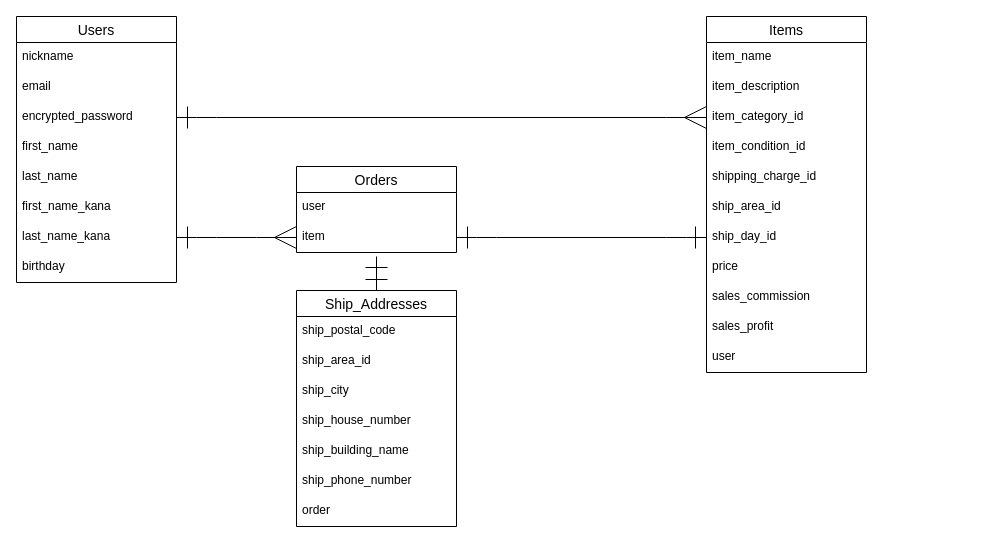
This is er.dio from chie-python/furima-38879, a draw.io file, before an edit. Source tidied: cells renumbered, new cells numbered last; positions are measured from the earlier drawing's top-left corner, leaving out a move shared by most shapes. Both pictures are drawn from the tidied source at 100%, with x=0, y=0 at pixel (16, 16).
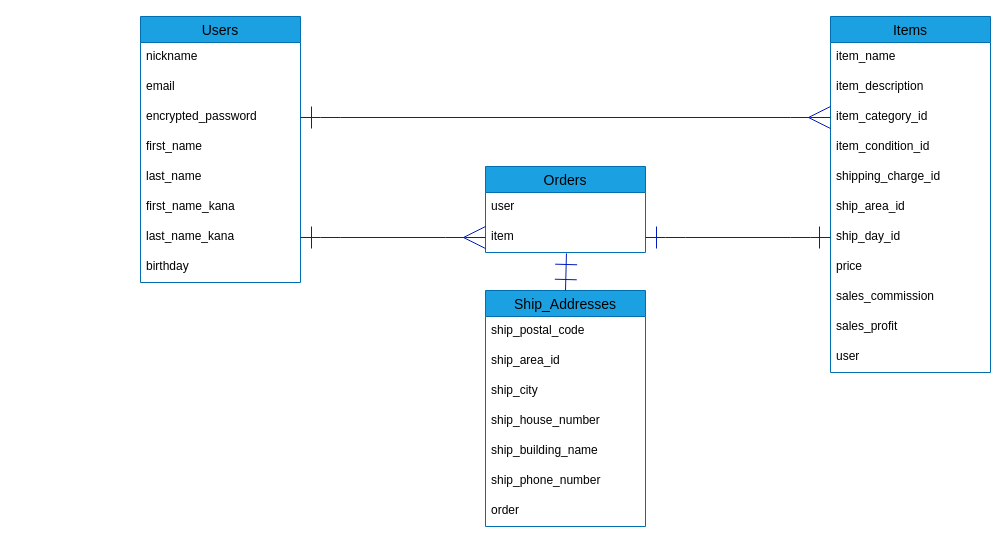
After the change.

What changed in the source:
```diff
@@
-<mxGraphModel>
+<mxGraphModel background="#ffffff">
@@
-    <mxCell id="2" value="Users" style="swimlane;fontStyle=0;horizontal=1;startSize=26;align=center;fontSize=14;" parent="1" vertex="1">
-      <mxGeometry width="160" height="266" as="geometry" />
+    <mxCell id="2" value="Users" style="swimlane;fontStyle=0;horizontal=1;startSize=26;align=center;fontSize=14;fillColor=#1ba1e2;fontColor=#000000;strokeColor=#006EAF;" parent="1" vertex="1">
+      <mxGeometry x="124" width="160" height="266" as="geometry" />
     </mxCell>
-    <mxCell id="3" value="nickname" style="text;strokeColor=none;fillColor=none;spacingLeft=4;spacingRight=4;overflow=hidden;fontSize=12;" parent="2" vertex="1">
+    <mxCell id="3" value="nickname" style="text;strokeColor=none;fillColor=none;spacingLeft=4;spacingRight=4;overflow=hidden;fontSize=12;fontColor=#000000;" parent="2" vertex="1">
       <mxGeometry y="26" width="160" height="30" as="geometry" />
     </mxCell>
-    <mxCell id="4" value="email" style="text;strokeColor=none;fillColor=none;spacingLeft=4;spacingRight=4;overflow=hidden;fontSize=12;" parent="2" vertex="1">
+    <mxCell id="4" value="email" style="text;strokeColor=none;fillColor=none;spacingLeft=4;spacingRight=4;overflow=hidden;fontSize=12;fontColor=#000000;" parent="2" vertex="1">
       <mxGeometry y="56" width="160" height="30" as="geometry" />
     </mxCell>
-    <mxCell id="5" value="encrypted_password" style="text;strokeColor=none;fillColor=none;spacingLeft=4;spacingRight=4;overflow=hidden;points=[[0,0.5],[1,0.5]];portConstraint=eastwest;fontSize=12;" parent="2" vertex="1">
+    <mxCell id="5" value="encrypted_password" style="text;strokeColor=none;fillColor=none;spacingLeft=4;spacingRight=4;overflow=hidden;points=[[0,0.5],[1,0.5]];portConstraint=eastwest;fontSize=12;fontColor=#000000;" parent="2" vertex="1">
       <mxGeometry y="86" width="160" height="30" as="geometry" />
     </mxCell>
-    <mxCell id="6" value="first_name" style="text;strokeColor=none;fillColor=none;spacingLeft=4;spacingRight=4;overflow=hidden;fontSize=12;" parent="2" vertex="1">
+    <mxCell id="6" value="first_name" style="text;strokeColor=none;fillColor=none;spacingLeft=4;spacingRight=4;overflow=hidden;fontSize=12;fontColor=#000000;" parent="2" vertex="1">
       <mxGeometry y="116" width="160" height="30" as="geometry" />
     </mxCell>
-    <mxCell id="7" value="last_name" style="text;strokeColor=none;fillColor=none;spacingLeft=4;spacingRight=4;overflow=hidden;fontSize=12;" parent="2" vertex="1">
+    <mxCell id="7" value="last_name" style="text;strokeColor=none;fillColor=none;spacingLeft=4;spacingRight=4;overflow=hidden;fontSize=12;fontColor=#000000;" parent="2" vertex="1">
       <mxGeometry y="146" width="160" height="30" as="geometry" />
     </mxCell>
-    <mxCell id="8" value="first_name_kana" style="text;strokeColor=none;fillColor=none;spacingLeft=4;spacingRight=4;overflow=hidden;fontSize=12;" parent="2" vertex="1">
+    <mxCell id="8" value="first_name_kana" style="text;strokeColor=none;fillColor=none;spacingLeft=4;spacingRight=4;overflow=hidden;fontSize=12;fontColor=#000000;" parent="2" vertex="1">
       <mxGeometry y="176" width="160" height="30" as="geometry" />
     </mxCell>
-    <mxCell id="9" value="last_name_kana" style="text;strokeColor=none;fillColor=none;spacingLeft=4;spacingRight=4;overflow=hidden;points=[[0,0.5],[1,0.5]];portConstraint=eastwest;fontSize=12;" parent="2" vertex="1">
+    <mxCell id="9" value="last_name_kana" style="text;strokeColor=none;fillColor=none;spacingLeft=4;spacingRight=4;overflow=hidden;points=[[0,0.5],[1,0.5]];portConstraint=eastwest;fontSize=12;fontColor=#000000;" parent="2" vertex="1">
       <mxGeometry y="206" width="160" height="30" as="geometry" />
     </mxCell>
-    <mxCell id="10" value="birthday" style="text;strokeColor=none;fillColor=none;spacingLeft=4;spacingRight=4;overflow=hidden;fontSize=12;" parent="2" vertex="1">
+    <mxCell id="10" value="birthday" style="text;strokeColor=none;fillColor=none;spacingLeft=4;spacingRight=4;overflow=hidden;fontSize=12;fontColor=#000000;" parent="2" vertex="1">
       <mxGeometry y="236" width="160" height="30" as="geometry" />
     </mxCell>
-    <mxCell id="11" value="Orders" style="swimlane;fontStyle=0;horizontal=1;startSize=26;align=center;fontSize=14;" parent="1" vertex="1">
-      <mxGeometry x="280" y="150" width="160" height="86" as="geometry" />
+    <mxCell id="11" value="Orders" style="swimlane;fontStyle=0;horizontal=1;startSize=26;align=center;fontSize=14;fillColor=#1ba1e2;fontColor=#000000;strokeColor=#006EAF;" parent="1" vertex="1">
+      <mxGeometry x="469" y="150" width="160" height="86" as="geometry" />
     </mxCell>
-    <mxCell id="12" value="user" style="text;strokeColor=none;fillColor=none;spacingLeft=4;spacingRight=4;overflow=hidden;fontSize=12;" parent="11" vertex="1">
+    <mxCell id="12" value="user" style="text;strokeColor=none;fillColor=none;spacingLeft=4;spacingRight=4;overflow=hidden;fontSize=12;fontColor=#000000;" parent="11" vertex="1">
       <mxGeometry y="26" width="160" height="30" as="geometry" />
     </mxCell>
-    <mxCell id="13" value="item" style="text;strokeColor=none;fillColor=none;spacingLeft=4;spacingRight=4;overflow=hidden;points=[[0,0.5],[1,0.5]];portConstraint=eastwest;fontSize=12;" parent="11" vertex="1">
+    <mxCell id="13" value="item" style="text;strokeColor=none;fillColor=none;spacingLeft=4;spacingRight=4;overflow=hidden;points=[[0,0.5],[1,0.5]];portConstraint=eastwest;fontSize=12;fontColor=#000000;" parent="11" vertex="1">
       <mxGeometry y="56" width="160" height="30" as="geometry" />
     </mxCell>
-    <mxCell id="14" value="Items" style="swimlane;fontStyle=0;horizontal=1;startSize=26;align=center;fontSize=14;" parent="1" vertex="1">
-      <mxGeometry x="690" width="160" height="356" as="geometry" />
+    <mxCell id="14" value="Items" style="swimlane;fontStyle=0;horizontal=1;startSize=26;align=center;fontSize=14;fillColor=#1ba1e2;fontColor=#000000;strokeColor=#006EAF;" parent="1" vertex="1">
+      <mxGeometry x="814" width="160" height="356" as="geometry" />
     </mxCell>
-    <mxCell id="15" value="item_name" style="text;strokeColor=none;fillColor=none;spacingLeft=4;spacingRight=4;overflow=hidden;fontSize=12;" parent="14" vertex="1">
+    <mxCell id="15" value="item_name" style="text;strokeColor=none;fillColor=none;spacingLeft=4;spacingRight=4;overflow=hidden;fontSize=12;fontColor=#000000;" parent="14" vertex="1">
       <mxGeometry y="26" width="160" height="30" as="geometry" />
     </mxCell>
-    <mxCell id="16" value="item_description" style="text;strokeColor=none;fillColor=none;spacingLeft=4;spacingRight=4;overflow=hidden;fontSize=12;" parent="14" vertex="1">
+    <mxCell id="16" value="item_description" style="text;strokeColor=none;fillColor=none;spacingLeft=4;spacingRight=4;overflow=hidden;fontSize=12;fontColor=#000000;" parent="14" vertex="1">
       <mxGeometry y="56" width="160" height="30" as="geometry" />
     </mxCell>
-    <mxCell id="17" value="item_category_id" style="text;strokeColor=none;fillColor=none;spacingLeft=4;spacingRight=4;overflow=hidden;points=[[0,0.5],[1,0.5]];portConstraint=eastwest;fontSize=12;" parent="14" vertex="1">
+    <mxCell id="17" value="item_category_id" style="text;strokeColor=none;fillColor=none;spacingLeft=4;spacingRight=4;overflow=hidden;points=[[0,0.5],[1,0.5]];portConstraint=eastwest;fontSize=12;fontColor=#000000;" parent="14" vertex="1">
       <mxGeometry y="86" width="160" height="30" as="geometry" />
     </mxCell>
-    <mxCell id="18" value="item_condition_id" style="text;strokeColor=none;fillColor=none;spacingLeft=4;spacingRight=4;overflow=hidden;fontSize=12;" parent="14" vertex="1">
+    <mxCell id="18" value="item_condition_id" style="text;strokeColor=none;fillColor=none;spacingLeft=4;spacingRight=4;overflow=hidden;fontSize=12;fontColor=#000000;" parent="14" vertex="1">
       <mxGeometry y="116" width="160" height="30" as="geometry" />
     </mxCell>
-    <mxCell id="19" value="shipping_charge_id" style="text;strokeColor=none;fillColor=none;spacingLeft=4;spacingRight=4;overflow=hidden;fontSize=12;" parent="14" vertex="1">
+    <mxCell id="19" value="shipping_charge_id" style="text;strokeColor=none;fillColor=none;spacingLeft=4;spacingRight=4;overflow=hidden;fontSize=12;fontColor=#000000;" parent="14" vertex="1">
       <mxGeometry y="146" width="160" height="30" as="geometry" />
     </mxCell>
-    <mxCell id="20" value="ship_area_id" style="text;strokeColor=none;fillColor=none;spacingLeft=4;spacingRight=4;overflow=hidden;fontSize=12;" parent="14" vertex="1">
+    <mxCell id="20" value="ship_area_id" style="text;strokeColor=none;fillColor=none;spacingLeft=4;spacingRight=4;overflow=hidden;fontSize=12;fontColor=#000000;" parent="14" vertex="1">
       <mxGeometry y="176" width="160" height="30" as="geometry" />
     </mxCell>
-    <mxCell id="21" value="ship_day_id" style="text;strokeColor=none;fillColor=none;spacingLeft=4;spacingRight=4;overflow=hidden;points=[[0,0.5],[1,0.5]];portConstraint=eastwest;fontSize=12;" parent="14" vertex="1">
+    <mxCell id="21" value="ship_day_id" style="text;strokeColor=none;fillColor=none;spacingLeft=4;spacingRight=4;overflow=hidden;points=[[0,0.5],[1,0.5]];portConstraint=eastwest;fontSize=12;fontColor=#000000;" parent="14" vertex="1">
       <mxGeometry y="206" width="160" height="30" as="geometry" />
     </mxCell>
-    <mxCell id="22" value="price" style="text;strokeColor=none;fillColor=none;spacingLeft=4;spacingRight=4;overflow=hidden;fontSize=12;" parent="14" vertex="1">
+    <mxCell id="22" value="price" style="text;strokeColor=none;fillColor=none;spacingLeft=4;spacingRight=4;overflow=hidden;fontSize=12;fontColor=#000000;" parent="14" vertex="1">
       <mxGeometry y="236" width="160" height="30" as="geometry" />
     </mxCell>
-    <mxCell id="23" value="sales_commission" style="text;strokeColor=none;fillColor=none;spacingLeft=4;spacingRight=4;overflow=hidden;fontSize=12;" parent="14" vertex="1">
+    <mxCell id="23" value="sales_commission" style="text;strokeColor=none;fillColor=none;spacingLeft=4;spacingRight=4;overflow=hidden;fontSize=12;fontColor=#000000;" parent="14" vertex="1">
       <mxGeometry y="266" width="160" height="30" as="geometry" />
     </mxCell>
-    <mxCell id="24" value="sales_profit" style="text;strokeColor=none;fillColor=none;spacingLeft=4;spacingRight=4;overflow=hidden;fontSize=12;" parent="14" vertex="1">
+    <mxCell id="24" value="sales_profit" style="text;strokeColor=none;fillColor=none;spacingLeft=4;spacingRight=4;overflow=hidden;fontSize=12;fontColor=#000000;" parent="14" vertex="1">
       <mxGeometry y="296" width="160" height="30" as="geometry" />
     </mxCell>
-    <mxCell id="25" value="user" style="text;strokeColor=none;fillColor=none;spacingLeft=4;spacingRight=4;overflow=hidden;fontSize=12;" parent="14" vertex="1">
+    <mxCell id="25" value="user" style="text;strokeColor=none;fillColor=none;spacingLeft=4;spacingRight=4;overflow=hidden;fontSize=12;fontColor=#000000;" parent="14" vertex="1">
       <mxGeometry y="326" width="160" height="30" as="geometry" />
     </mxCell>
-    <mxCell id="26" value="Ship_Addresses" style="swimlane;fontStyle=0;horizontal=1;startSize=26;align=center;fontSize=14;" parent="1" vertex="1">
-      <mxGeometry x="280" y="274" width="160" height="236" as="geometry" />
+    <mxCell id="26" value="Ship_Addresses" style="swimlane;fontStyle=0;horizontal=1;startSize=26;align=center;fontSize=14;fillColor=#1ba1e2;fontColor=#000000;strokeColor=#006EAF;" parent="1" vertex="1">
+      <mxGeometry x="469" y="274" width="160" height="236" as="geometry" />
     </mxCell>
-    <mxCell id="27" value="ship_postal_code" style="text;strokeColor=none;fillColor=none;spacingLeft=4;spacingRight=4;overflow=hidden;fontSize=12;" parent="26" vertex="1">
+    <mxCell id="27" value="ship_postal_code" style="text;strokeColor=none;fillColor=none;spacingLeft=4;spacingRight=4;overflow=hidden;fontSize=12;fontColor=#000000;" parent="26" vertex="1">
       <mxGeometry y="26" width="160" height="30" as="geometry" />
     </mxCell>
-    <mxCell id="28" value="ship_area_id" style="text;strokeColor=none;fillColor=none;spacingLeft=4;spacingRight=4;overflow=hidden;fontSize=12;" parent="26" vertex="1">
+    <mxCell id="28" value="ship_area_id" style="text;strokeColor=none;fillColor=none;spacingLeft=4;spacingRight=4;overflow=hidden;fontSize=12;fontColor=#000000;" parent="26" vertex="1">
       <mxGeometry y="56" width="160" height="30" as="geometry" />
     </mxCell>
-    <mxCell id="29" value="ship_city" style="text;strokeColor=none;fillColor=none;spacingLeft=4;spacingRight=4;overflow=hidden;fontSize=12;" parent="26" vertex="1">
+    <mxCell id="29" value="ship_city" style="text;strokeColor=none;fillColor=none;spacingLeft=4;spacingRight=4;overflow=hidden;fontSize=12;fontColor=#000000;" parent="26" vertex="1">
       <mxGeometry y="86" width="160" height="30" as="geometry" />
     </mxCell>
-    <mxCell id="30" value="ship_house_number" style="text;strokeColor=none;fillColor=none;spacingLeft=4;spacingRight=4;overflow=hidden;fontSize=12;" parent="26" vertex="1">
+    <mxCell id="30" value="ship_house_number" style="text;strokeColor=none;fillColor=none;spacingLeft=4;spacingRight=4;overflow=hidden;fontSize=12;fontColor=#000000;" parent="26" vertex="1">
       <mxGeometry y="116" width="160" height="30" as="geometry" />
     </mxCell>
-    <mxCell id="31" value="ship_building_name" style="text;strokeColor=none;fillColor=none;spacingLeft=4;spacingRight=4;overflow=hidden;fontSize=12;" parent="26" vertex="1">
+    <mxCell id="31" value="ship_building_name" style="text;strokeColor=none;fillColor=none;spacingLeft=4;spacingRight=4;overflow=hidden;fontSize=12;fontColor=#000000;" parent="26" vertex="1">
       <mxGeometry y="146" width="160" height="30" as="geometry" />
     </mxCell>
-    <mxCell id="32" value="ship_phone_number" style="text;strokeColor=none;fillColor=none;spacingLeft=4;spacingRight=4;overflow=hidden;fontSize=12;" parent="26" vertex="1">
+    <mxCell id="32" value="ship_phone_number" style="text;strokeColor=none;fillColor=none;spacingLeft=4;spacingRight=4;overflow=hidden;fontSize=12;fontColor=#000000;" parent="26" vertex="1">
       <mxGeometry y="176" width="160" height="30" as="geometry" />
     </mxCell>
-    <mxCell id="33" value="order" style="text;strokeColor=none;fillColor=none;spacingLeft=4;spacingRight=4;overflow=hidden;fontSize=12;" parent="26" vertex="1">
+    <mxCell id="33" value="order" style="text;strokeColor=none;fillColor=none;spacingLeft=4;spacingRight=4;overflow=hidden;fontSize=12;fontColor=#000000;" parent="26" vertex="1">
       <mxGeometry y="206" width="160" height="30" as="geometry" />
     </mxCell>
-    <mxCell id="34" style="edgeStyle=entityRelationEdgeStyle;html=1;exitX=1;exitY=0.5;exitDx=0;exitDy=0;startArrow=ERone;startFill=0;endArrow=ERmany;endFill=0;endSize=20;startSize=20;entryX=0;entryY=0.5;entryDx=0;entryDy=0;" parent="1" edge="1" source="5" target="17">
+    <mxCell id="34" style="edgeStyle=entityRelationEdgeStyle;html=1;exitX=1;exitY=0.5;exitDx=0;exitDy=0;startArrow=ERone;startFill=0;endArrow=ERmany;endFill=0;endSize=20;startSize=20;entryX=0;entryY=0.5;entryDx=0;entryDy=0;fontColor=#000000;fillColor=#0050ef;strokeColor=#001DBC;" parent="1" edge="1" source="5" target="17">
       <mxGeometry relative="1" as="geometry" />
     </mxCell>
-    <mxCell id="35" style="html=1;entryX=1;entryY=0.5;entryDx=0;entryDy=0;startArrow=ERone;startFill=0;endArrow=ERone;endFill=0;endSize=20;startSize=20;edgeStyle=entityRelationEdgeStyle;exitX=0;exitY=0.5;exitDx=0;exitDy=0;" parent="1" edge="1" source="21" target="13">
+    <mxCell id="35" style="html=1;entryX=1;entryY=0.5;entryDx=0;entryDy=0;startArrow=ERone;startFill=0;endArrow=ERone;endFill=0;endSize=20;startSize=20;edgeStyle=entityRelationEdgeStyle;exitX=0;exitY=0.5;exitDx=0;exitDy=0;fontColor=#000000;fillColor=#0050ef;strokeColor=#001DBC;" parent="1" edge="1" source="21" target="13">
       <mxGeometry relative="1" as="geometry" />
     </mxCell>
-    <mxCell id="36" style="edgeStyle=entityRelationEdgeStyle;html=1;exitX=0;exitY=0.5;exitDx=0;exitDy=0;entryX=1;entryY=0.5;entryDx=0;entryDy=0;startArrow=ERmany;startFill=0;endArrow=ERone;endFill=0;startSize=20;endSize=20;" parent="1" edge="1" source="13" target="9">
+    <mxCell id="36" style="edgeStyle=entityRelationEdgeStyle;html=1;exitX=0;exitY=0.5;exitDx=0;exitDy=0;entryX=1;entryY=0.5;entryDx=0;entryDy=0;startArrow=ERmany;startFill=0;endArrow=ERone;endFill=0;startSize=20;endSize=20;fontColor=#000000;fillColor=#0050ef;strokeColor=#001DBC;" parent="1" edge="1" source="13" target="9">
       <mxGeometry relative="1" as="geometry" />
     </mxCell>
-    <mxCell id="37" style="endArrow=ERone;html=1;rounded=0;entryX=0.5;entryY=0;entryDx=0;entryDy=0;startArrow=ERone;startFill=0;endSize=20;startSize=20;endFill=0;" parent="1" edge="1" target="26">
-      <mxGeometry relative="1" as="geometry">
-        <mxPoint x="360" y="240" as="sourcePoint" />
-      </mxGeometry>
+    <mxCell id="37" style="endArrow=ERone;html=1;rounded=0;entryX=0.5;entryY=0;entryDx=0;entryDy=0;startArrow=ERone;startFill=0;endSize=20;startSize=20;endFill=0;exitX=0.506;exitY=1.033;exitDx=0;exitDy=0;exitPerimeter=0;fontColor=#000000;fillColor=#0050ef;strokeColor=#001DBC;" parent="1" edge="1" source="13" target="26">
+      <mxGeometry relative="1" as="geometry" />
     </mxCell>
```
